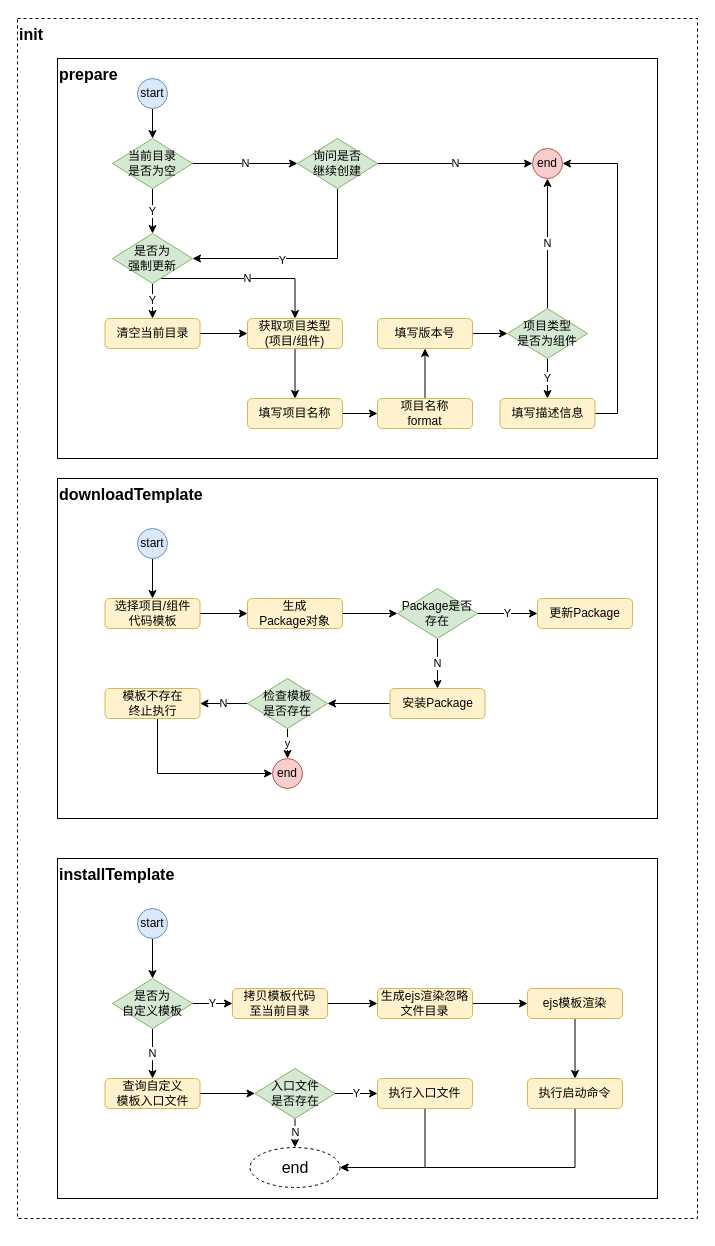
Above: doc/diagram/init模板下载架构图.drawio in AKclown/ak-cli (draw.io), before the change. Source tidied: cells renumbered, new cells numbered last; positions are measured from the earlier drawing's top-left corner, leaving out a move shared by most shapes. Both pictures are drawn from the tidied source at 100%, with x=0, y=0 at pixel (17, 18).
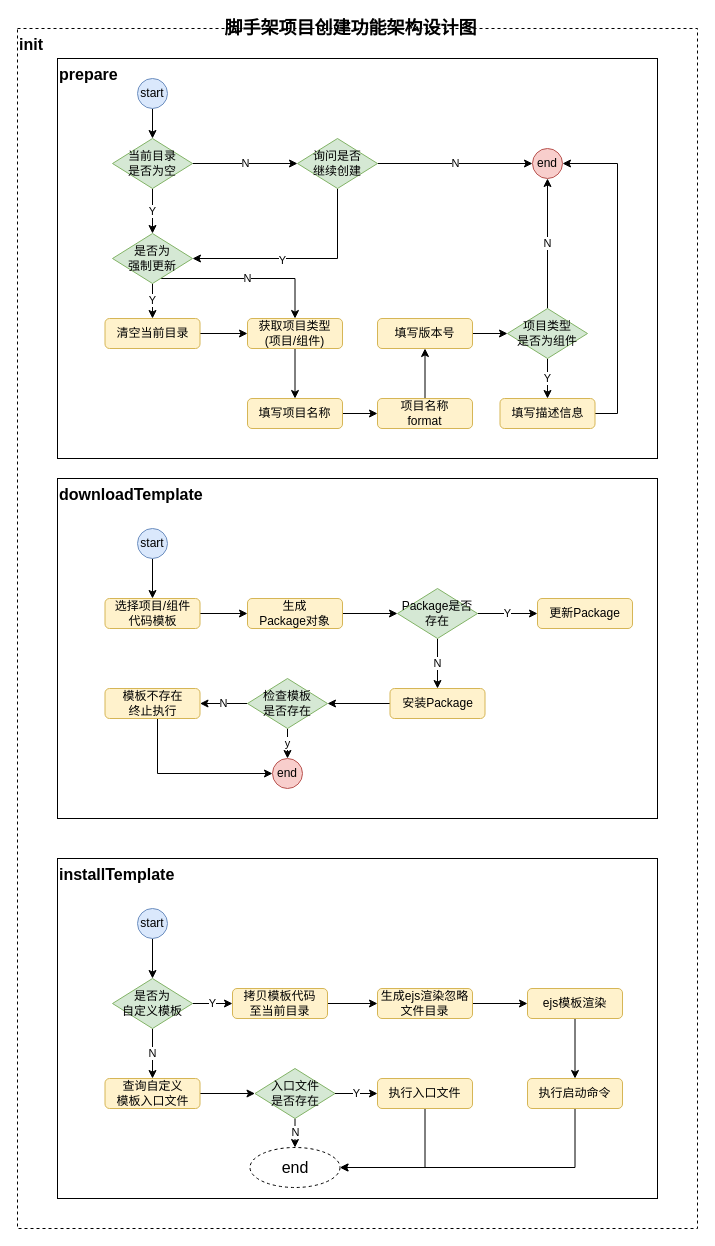
The same diagram, later.

Diff of the diagram source:
```diff
@@
     <mxCell id="2" value="&lt;font style=&quot;font-size: 16px&quot;&gt;&lt;b&gt;init&lt;/b&gt;&lt;/font&gt;" style="rounded=0;whiteSpace=wrap;html=1;verticalAlign=top;align=left;dashed=1;" parent="1" vertex="1">
-      <mxGeometry width="680" height="1200" as="geometry" />
+      <mxGeometry y="10" width="680" height="1200" as="geometry" />
     </mxCell>
@@
+    <mxCell id="73" value="&lt;b&gt;&lt;font style=&quot;font-size: 18px&quot;&gt;脚手架项目创建功能架构设计图&lt;/font&gt;&lt;/b&gt;" style="text;html=1;align=center;verticalAlign=middle;" parent="1" vertex="1">
+      <mxGeometry x="197.5" width="270" height="20" as="geometry" />
+    </mxCell>
```
